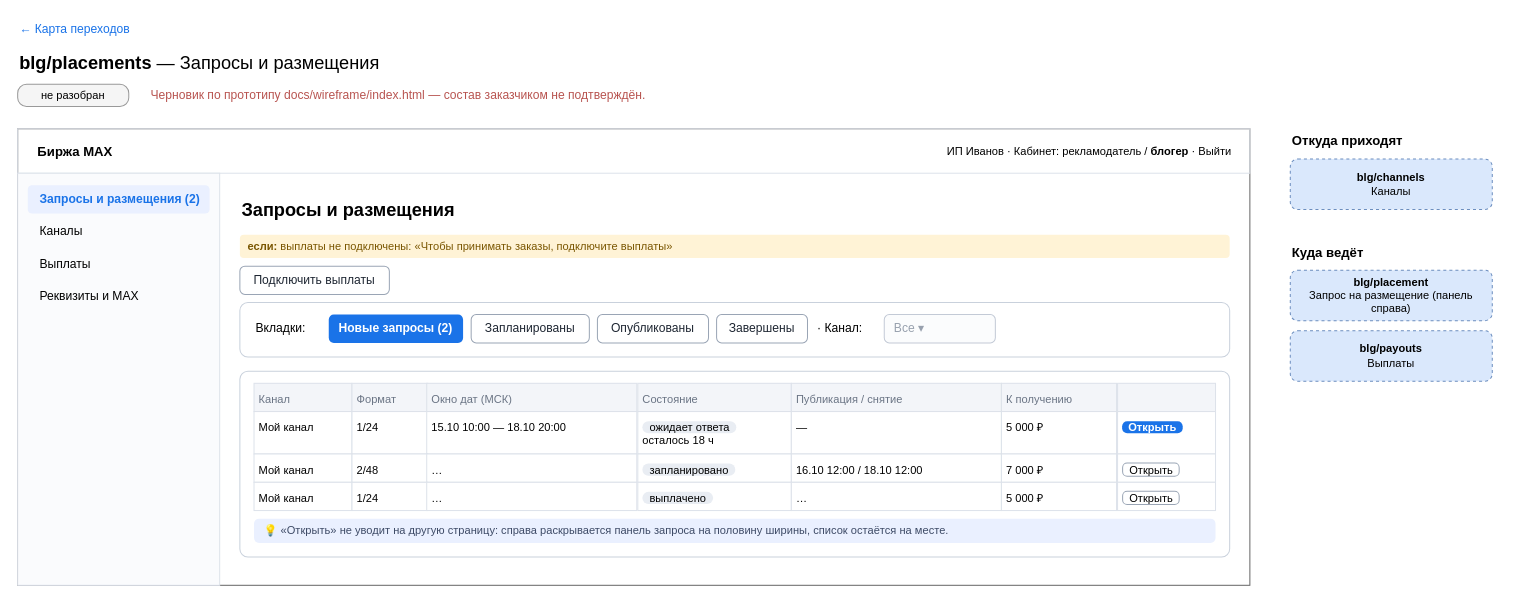
Before: page "blg/placements" (16 of 40) of docs/wireframe/screens.drawio in leha-creator/maxim, a draw.io diagram. Source tidied: cells renumbered, new cells numbered last; positions are measured from the earlier drawing's top-left corner, leaving out a move shared by most shapes. Both pictures are drawn from the tidied source at 101%, with x=0, y=0 at pixel (17, 17).
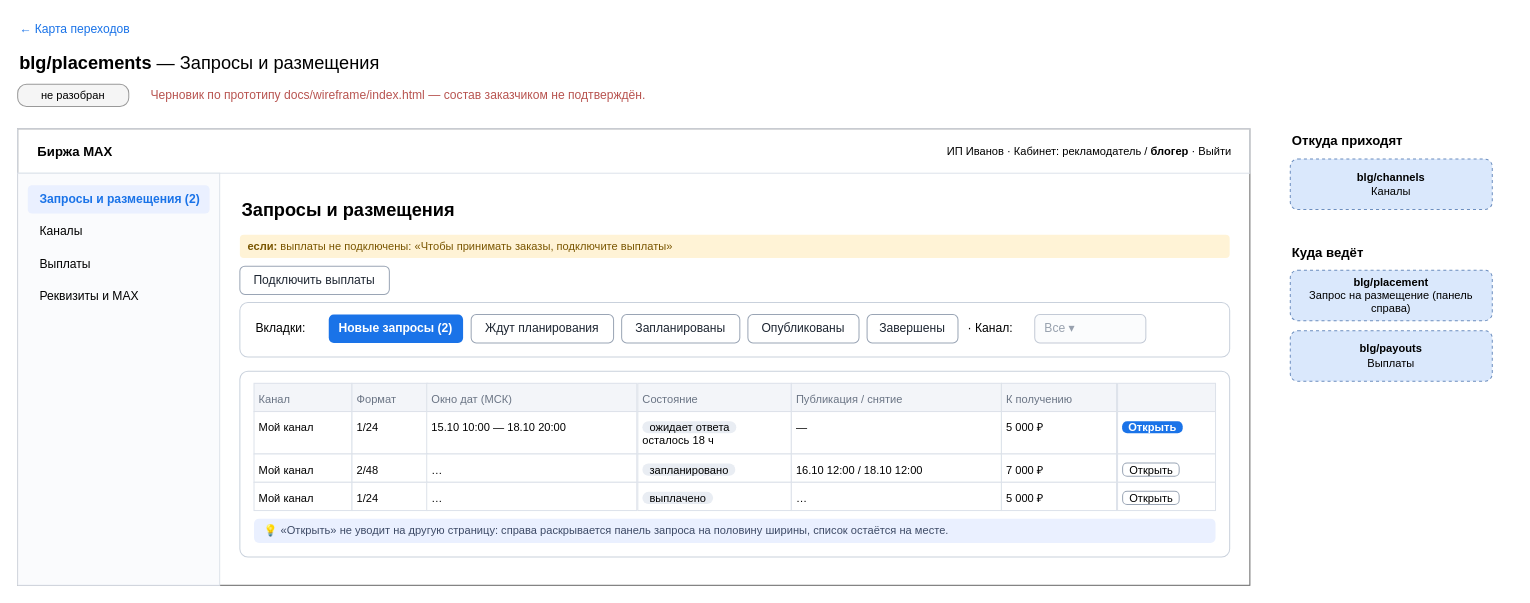
The same page after the edit.

The change refers to these unchanged cells:
```xml
<mxCell id="17" style="rounded=1;absoluteArcSize=1;arcSize=16;whiteSpace=wrap;html=1;fillColor=#ffffff;strokeColor=#c9d1dc;" parent="6" vertex="1">
  <mxGeometry x="220" y="172" width="980" height="54" as="geometry" />
</mxCell>
```

Change to the diagram source:
```diff
@@
-    <mxCell id="20" value="Запланированы" style="rounded=1;absoluteArcSize=1;arcSize=10;whiteSpace=wrap;html=1;fillColor=#ffffff;strokeColor=#9aa5b5;fontColor=#1e2632;fontSize=12;" parent="17" vertex="1">
-      <mxGeometry x="229" y="12" width="117" height="28" as="geometry" />
+    <mxCell id="20" value="Ждут планирования" style="rounded=1;absoluteArcSize=1;arcSize=10;whiteSpace=wrap;html=1;fillColor=#ffffff;strokeColor=#9aa5b5;fontColor=#1e2632;fontSize=12;" parent="17" vertex="1">
+      <mxGeometry x="229" y="12" width="141" height="28" as="geometry" />
     </mxCell>
-    <mxCell id="21" value="Опубликованы" style="rounded=1;absoluteArcSize=1;arcSize=10;whiteSpace=wrap;html=1;fillColor=#ffffff;strokeColor=#9aa5b5;fontColor=#1e2632;fontSize=12;" parent="17" vertex="1">
-      <mxGeometry x="354" y="12" width="110" height="28" as="geometry" />
+    <mxCell id="21" value="Запланированы" style="rounded=1;absoluteArcSize=1;arcSize=10;whiteSpace=wrap;html=1;fillColor=#ffffff;strokeColor=#9aa5b5;fontColor=#1e2632;fontSize=12;" parent="17" vertex="1">
+      <mxGeometry x="378" y="12" width="117" height="28" as="geometry" />
     </mxCell>
-    <mxCell id="22" value="Завершены" style="rounded=1;absoluteArcSize=1;arcSize=10;whiteSpace=wrap;html=1;fillColor=#ffffff;strokeColor=#9aa5b5;fontColor=#1e2632;fontSize=12;" parent="17" vertex="1">
-      <mxGeometry x="472" y="12" width="90" height="28" as="geometry" />
+    <mxCell id="22" value="Опубликованы" style="rounded=1;absoluteArcSize=1;arcSize=10;whiteSpace=wrap;html=1;fillColor=#ffffff;strokeColor=#9aa5b5;fontColor=#1e2632;fontSize=12;" parent="17" vertex="1">
+      <mxGeometry x="503" y="12" width="110" height="28" as="geometry" />
     </mxCell>
+    <mxCell id="61" value="Завершены" style="rounded=1;absoluteArcSize=1;arcSize=10;whiteSpace=wrap;html=1;fillColor=#ffffff;strokeColor=#9aa5b5;fontColor=#1e2632;fontSize=12;" parent="17" vertex="1">
+      <mxGeometry x="621" y="12" width="90" height="28" as="geometry" />
+    </mxCell>
     <mxCell id="23" value="· Канал:" style="text;html=1;align=left;whiteSpace=wrap;spacing=2;verticalAlign=middle;fontSize=12;" parent="17" vertex="1">
-      <mxGeometry x="570" y="12" width="60" height="28" as="geometry" />
+      <mxGeometry x="719" y="12" width="60" height="28" as="geometry" />
     </mxCell>
     <mxCell id="24" value="Все ▾" style="rounded=1;absoluteArcSize=1;arcSize=10;whiteSpace=wrap;html=1;align=left;spacingLeft=8;fillColor=#fbfcfd;strokeColor=#c3cad6;fontColor=#98a1ae;fontSize=12;" parent="17" vertex="1">
-      <mxGeometry x="638" y="12" width="110" height="28" as="geometry" />
+      <mxGeometry x="787" y="12" width="110" height="28" as="geometry" />
     </mxCell>
```
